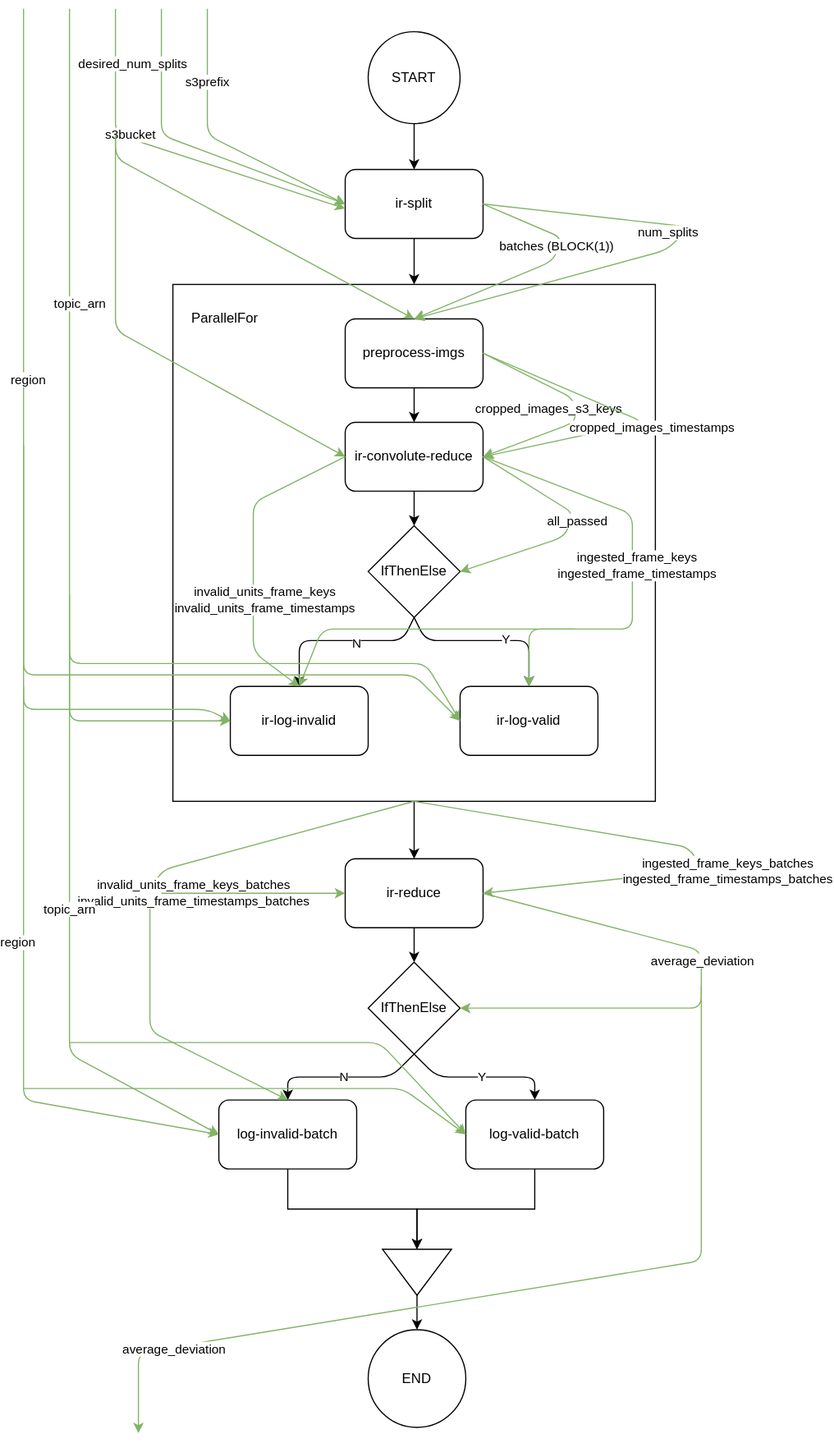
Before: diagrams/workflow.svg, a diagram exported from draw.io (gipfelen/Image-Convolution). Source tidied: cells renumbered, new cells last; positions are measured from the earlier drawing's top-left corner, leaving out a move shared by most shapes.
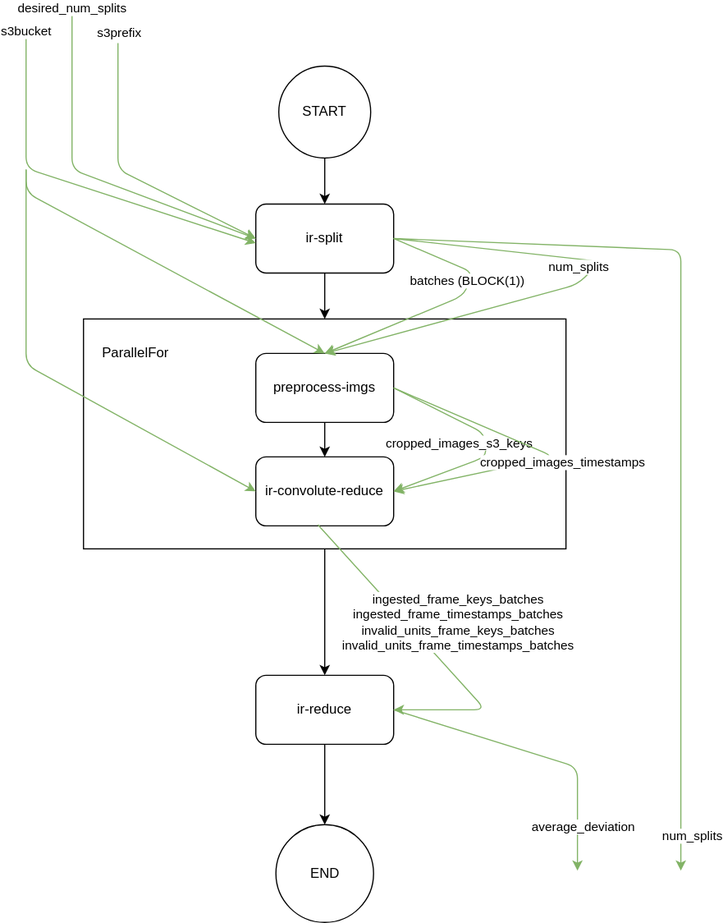
The same diagram one commit later.

Diff of the diagram source:
```diff
@@ -2,11 +2,8 @@
   <root>
     <mxCell id="0" />
     <mxCell id="1" parent="0" />
-    <mxCell id="2" style="edgeStyle=orthogonalEdgeStyle;rounded=0;jettySize=auto;html=1;exitX=0.5;exitY=1;exitDx=0;exitDy=0;entryX=0.5;entryY=0;entryDx=0;entryDy=0;" parent="1" edge="1" source="3" target="10">
-      <mxGeometry relative="1" as="geometry" />
-    </mxCell>
     <mxCell id="3" style="rounded=0;whiteSpace=wrap;html=1;" parent="1" vertex="1">
-      <mxGeometry x="130" y="240" width="420" height="450" as="geometry" />
+      <mxGeometry x="130" y="240" width="420" height="200" as="geometry" />
     </mxCell>
     <mxCell id="4" style="edgeStyle=orthogonalEdgeStyle;rounded=0;jettySize=auto;html=1;exitX=0.5;exitY=1;exitDx=0;exitDy=0;" parent="1" edge="1" source="5" target="19">
       <mxGeometry relative="1" as="geometry" />
@@ -20,46 +17,15 @@
     <mxCell id="7" value="preprocess-imgs" style="rounded=1;whiteSpace=wrap;html=1;" parent="1" vertex="1">
       <mxGeometry x="280" y="270" width="120" height="60" as="geometry" />
     </mxCell>
-    <mxCell id="8" value="ir-log-invalid" style="rounded=1;whiteSpace=wrap;html=1;" parent="1" vertex="1">
-      <mxGeometry x="180" y="590" width="120" height="60" as="geometry" />
-    </mxCell>
-    <mxCell id="9" style="edgeStyle=orthogonalEdgeStyle;rounded=0;jettySize=auto;html=1;exitX=0.5;exitY=1;exitDx=0;exitDy=0;" parent="1" edge="1" source="10" target="23">
+    <mxCell id="9" style="edgeStyle=orthogonalEdgeStyle;rounded=0;jettySize=auto;html=1;exitX=0.5;exitY=1;exitDx=0;exitDy=0;entryX=0.5;entryY=0;entryDx=0;entryDy=0;" parent="1" edge="1" source="10" target="11">
       <mxGeometry relative="1" as="geometry" />
     </mxCell>
     <mxCell id="10" value="ir-reduce" style="rounded=1;whiteSpace=wrap;html=1;" parent="1" vertex="1">
-      <mxGeometry x="280" y="740" width="120" height="60" as="geometry" />
+      <mxGeometry x="280" y="550" width="120" height="60" as="geometry" />
     </mxCell>
     <mxCell id="11" value="END" style="ellipse;whiteSpace=wrap;html=1;" parent="1" vertex="1">
-      <mxGeometry x="300" y="1150" width="85" height="85" as="geometry" />
+      <mxGeometry x="297.5" y="680" width="85" height="85" as="geometry" />
     </mxCell>
-    <mxCell id="12" value="IfThenElse" style="rhombus;whiteSpace=wrap;html=1;" parent="1" vertex="1">
-      <mxGeometry x="300" y="450" width="80" height="80" as="geometry" />
-    </mxCell>
-    <mxCell id="13" value="ir-log-valid" style="rounded=1;whiteSpace=wrap;html=1;" parent="1" vertex="1">
-      <mxGeometry x="380" y="590" width="120" height="60" as="geometry" />
-    </mxCell>
-    <mxCell id="14" style="endArrow=classic;html=1;exitX=0.5;exitY=1;exitDx=0;exitDy=0;entryX=0.5;entryY=0;entryDx=0;entryDy=0;fillColor=#d5e8d4;" parent="1" edge="1" source="12" target="8">
-      <mxGeometry relative="1" as="geometry">
-        <Array as="points">
-          <mxPoint x="330" y="550" />
-          <mxPoint x="240" y="550" />
-        </Array>
-      </mxGeometry>
-    </mxCell>
-    <mxCell id="15" value="N" style="edgeLabel;html=1;align=center;verticalAlign=middle;" parent="14" vertex="1">
-      <mxGeometry x="-0.17" y="2" relative="1" as="geometry" />
-    </mxCell>
-    <mxCell id="16" style="endArrow=classic;html=1;exitX=0.5;exitY=1;exitDx=0;exitDy=0;entryX=0.5;entryY=0;entryDx=0;entryDy=0;fillColor=#d5e8d4;" parent="1" edge="1" source="12" target="13">
-      <mxGeometry relative="1" as="geometry">
-        <Array as="points">
-          <mxPoint x="350" y="550" />
-          <mxPoint x="440" y="550" />
-        </Array>
-      </mxGeometry>
-    </mxCell>
-    <mxCell id="17" value="Y" style="edgeLabel;html=1;align=center;verticalAlign=middle;" parent="16" vertex="1">
-      <mxGeometry x="0.21" y="2" relative="1" as="geometry" />
-    </mxCell>
     <mxCell id="18" style="edgeStyle=orthogonalEdgeStyle;rounded=0;jettySize=auto;html=1;exitX=0.5;exitY=1;exitDx=0;exitDy=0;entryX=0.5;entryY=0;entryDx=0;entryDy=0;" parent="1" edge="1" source="19" target="3">
       <mxGeometry relative="1" as="geometry" />
     </mxCell>
@@ -69,49 +35,17 @@
     <mxCell id="20" value="ParallelFor" style="text;html=1;align=center;verticalAlign=middle;" parent="1" vertex="1">
       <mxGeometry x="140" y="260" width="70" height="20" as="geometry" />
     </mxCell>
-    <mxCell id="21" style="edgeStyle=orthogonalEdgeStyle;rounded=0;jettySize=auto;html=1;exitX=0.5;exitY=1;exitDx=0;exitDy=0;entryX=0.5;entryY=0;entryDx=0;entryDy=0;" parent="1" edge="1" source="22" target="12">
-      <mxGeometry relative="1" as="geometry" />
-    </mxCell>
+    <mxCell id="71" style="edgeStyle=orthogonalEdgeStyle;rounded=0;jettySize=auto;html=1;" parent="1" edge="1" target="10">
+      <mxGeometry relative="1" as="geometry">
+        <mxPoint x="340" y="440" as="sourcePoint" />
+      </mxGeometry>
+    </mxCell>
     <mxCell id="22" value="ir-convolute-reduce" style="rounded=1;whiteSpace=wrap;html=1;" parent="1" vertex="1">
       <mxGeometry x="280" y="360" width="120" height="60" as="geometry" />
     </mxCell>
-    <mxCell id="23" value="IfThenElse" style="rhombus;whiteSpace=wrap;html=1;" parent="1" vertex="1">
-      <mxGeometry x="300" y="830" width="80" height="80" as="geometry" />
-    </mxCell>
-    <mxCell id="24" style="edgeStyle=orthogonalEdgeStyle;rounded=0;jettySize=auto;html=1;exitX=0.5;exitY=1;exitDx=0;exitDy=0;" parent="1" edge="1" source="25" target="70">
-      <mxGeometry relative="1" as="geometry" />
-    </mxCell>
-    <mxCell id="25" value="log-valid-batch" style="rounded=1;whiteSpace=wrap;html=1;" parent="1" vertex="1">
-      <mxGeometry x="385" y="950" width="120" height="60" as="geometry" />
-    </mxCell>
-    <mxCell id="26" style="edgeStyle=orthogonalEdgeStyle;rounded=0;jettySize=auto;html=1;exitX=0.5;exitY=1;exitDx=0;exitDy=0;entryX=0;entryY=0.5;entryDx=0;entryDy=0;" parent="1" edge="1" source="27" target="70">
-      <mxGeometry relative="1" as="geometry" />
-    </mxCell>
-    <mxCell id="27" value="log-invalid-batch" style="rounded=1;whiteSpace=wrap;html=1;" parent="1" vertex="1">
-      <mxGeometry x="170" y="950" width="120" height="60" as="geometry" />
-    </mxCell>
-    <mxCell id="28" value="N" style="endArrow=classic;html=1;exitX=0.5;exitY=1;exitDx=0;exitDy=0;entryX=0.5;entryY=0;entryDx=0;entryDy=0;" parent="1" edge="1" source="23" target="27">
-      <mxGeometry relative="1" as="geometry">
-        <Array as="points">
-          <mxPoint x="320" y="930" />
-          <mxPoint x="230" y="930" />
-        </Array>
-      </mxGeometry>
-    </mxCell>
-    <mxCell id="29" value="Y" style="endArrow=classic;html=1;exitX=0.5;exitY=1;exitDx=0;exitDy=0;entryX=0.5;entryY=0;entryDx=0;entryDy=0;" parent="1" edge="1" source="23" target="25">
-      <mxGeometry relative="1" as="geometry">
-        <Array as="points">
-          <mxPoint x="360" y="930" />
-          <mxPoint x="445" y="930" />
-        </Array>
-      </mxGeometry>
-    </mxCell>
-    <mxCell id="30" style="edgeStyle=orthogonalEdgeStyle;rounded=0;jettySize=auto;html=1;exitX=1;exitY=0.5;exitDx=0;exitDy=0;entryX=0.5;entryY=0;entryDx=0;entryDy=0;" parent="1" edge="1" source="70" target="11">
-      <mxGeometry relative="1" as="geometry" />
-    </mxCell>
     <mxCell id="31" value="s3bucket" style="endArrow=classic;html=1;entryX=0;entryY=0.5;entryDx=0;entryDy=0;fillColor=#d5e8d4;strokeColor=#82b366;" parent="1" edge="1">
-      <mxGeometry x="-0.23" y="3" relative="1" as="geometry">
-        <mxPoint x="80" as="sourcePoint" />
+      <mxGeometry x="-1" relative="1" as="geometry">
+        <mxPoint x="80" y="-10" as="sourcePoint" />
         <mxPoint x="280" y="174" as="targetPoint" />
         <Array as="points">
           <mxPoint x="80" y="109" />
@@ -119,8 +53,8 @@
       </mxGeometry>
     </mxCell>
     <mxCell id="32" value="desired_num_splits" style="endArrow=classic;html=1;entryX=0;entryY=0.5;entryDx=0;entryDy=0;fillColor=#d5e8d4;strokeColor=#82b366;" parent="1" edge="1" target="19">
-      <mxGeometry x="-0.66" y="-25" relative="1" as="geometry">
-        <mxPoint x="120" as="sourcePoint" />
+      <mxGeometry x="-1" relative="1" as="geometry">
+        <mxPoint x="120" y="-30" as="sourcePoint" />
         <Array as="points">
           <mxPoint x="120" y="110" />
         </Array>
@@ -135,7 +69,9 @@
       </mxGeometry>
     </mxCell>
     <mxCell id="34" value="s3prefix" style="edgeLabel;html=1;align=center;verticalAlign=middle;" parent="33" vertex="1">
-      <mxGeometry x="-0.48" y="-1" relative="1" as="geometry" />
+      <mxGeometry x="-0.48" y="-1" relative="1" as="geometry">
+        <mxPoint x="1" y="-73" as="offset" />
+      </mxGeometry>
     </mxCell>
     <mxCell id="35" style="endArrow=classic;html=1;exitX=1;exitY=0.5;exitDx=0;exitDy=0;entryX=0.5;entryY=0;entryDx=0;entryDy=0;fillColor=#d5e8d4;strokeColor=#82b366;" parent="1" edge="1" source="19" target="7">
       <mxGeometry relative="1" as="geometry">
@@ -204,190 +140,44 @@
         <mxPoint x="64" y="27" as="offset" />
       </mxGeometry>
     </mxCell>
-    <mxCell id="45" style="endArrow=classic;html=1;exitX=1;exitY=0.5;exitDx=0;exitDy=0;fillColor=#d5e8d4;strokeColor=#82b366;entryX=1;entryY=0.5;entryDx=0;entryDy=0;" parent="1" edge="1" source="22" target="12">
-      <mxGeometry relative="1" as="geometry">
-        <Array as="points">
-          <mxPoint x="480" y="440" />
-          <mxPoint x="470" y="460" />
-        </Array>
-      </mxGeometry>
-    </mxCell>
-    <mxCell id="46" value="all_passed" style="edgeLabel;html=1;align=center;verticalAlign=middle;" parent="45" vertex="1">
-      <mxGeometry x="-0.39" y="-2" relative="1" as="geometry">
-        <mxPoint x="27" y="19" as="offset" />
-      </mxGeometry>
-    </mxCell>
-    <mxCell id="47" value="topic_arn" style="endArrow=classic;html=1;fillColor=#d5e8d4;strokeColor=#82b366;entryX=0;entryY=0.5;entryDx=0;entryDy=0;" parent="1" edge="1" target="8">
-      <mxGeometry x="-0.32" y="9" relative="1" as="geometry">
-        <mxPoint x="40" as="sourcePoint" />
-        <Array as="points">
-          <mxPoint x="40" y="540" />
-          <mxPoint x="40" y="620" />
-        </Array>
-      </mxGeometry>
-    </mxCell>
-    <mxCell id="48" value="region" style="endArrow=classic;html=1;fillColor=#d5e8d4;strokeColor=#82b366;entryX=0;entryY=0.5;entryDx=0;entryDy=0;" parent="1" edge="1" target="13">
-      <mxGeometry x="-0.34" y="4" relative="1" as="geometry">
-        <mxPoint as="sourcePoint" />
-        <Array as="points">
-          <mxPoint y="380" />
-          <mxPoint y="580" />
-          <mxPoint x="340" y="580" />
-        </Array>
-      </mxGeometry>
-    </mxCell>
-    <mxCell id="49" style="endArrow=classic;html=1;exitX=1;exitY=0.5;exitDx=0;exitDy=0;fillColor=#d5e8d4;strokeColor=#82b366;entryX=0.5;entryY=0;entryDx=0;entryDy=0;" parent="1" edge="1" source="22" target="8">
-      <mxGeometry relative="1" as="geometry">
-        <Array as="points">
-          <mxPoint x="530" y="440" />
-          <mxPoint x="530" y="540" />
-          <mxPoint x="260" y="540" />
-        </Array>
-      </mxGeometry>
-    </mxCell>
-    <mxCell id="50" value="ingested_frame_keys&lt;br&gt;ingested_frame_timestamps" style="edgeLabel;html=1;align=center;verticalAlign=middle;" parent="49" vertex="1">
-      <mxGeometry x="-0.39" y="-2" relative="1" as="geometry">
-        <mxPoint x="5.9" y="11.2" as="offset" />
-      </mxGeometry>
-    </mxCell>
-    <mxCell id="51" style="endArrow=classic;html=1;exitX=0;exitY=0.5;exitDx=0;exitDy=0;fillColor=#d5e8d4;strokeColor=#82b366;entryX=0.5;entryY=0;entryDx=0;entryDy=0;" parent="1" edge="1" source="22" target="8">
-      <mxGeometry relative="1" as="geometry">
-        <Array as="points">
-          <mxPoint x="200" y="430" />
-          <mxPoint x="200" y="560" />
-        </Array>
-      </mxGeometry>
-    </mxCell>
-    <mxCell id="52" value="invalid_units_frame_keys&lt;br&gt;invalid_units_frame_timestamps" style="edgeLabel;html=1;align=center;verticalAlign=middle;" parent="51" vertex="1">
-      <mxGeometry x="-0.39" y="-2" relative="1" as="geometry">
-        <mxPoint x="5" y="89" as="offset" />
-      </mxGeometry>
-    </mxCell>
-    <mxCell id="53" style="endArrow=classic;html=1;exitX=1;exitY=0.5;exitDx=0;exitDy=0;entryX=1;entryY=0.5;entryDx=0;entryDy=0;fillColor=#d5e8d4;strokeColor=#82b366;" parent="1" edge="1" source="10" target="23">
+    <mxCell id="53" style="endArrow=classic;html=1;exitX=1;exitY=0.5;exitDx=0;exitDy=0;fillColor=#d5e8d4;strokeColor=#82b366;" parent="1" edge="1" source="10">
       <mxGeometry relative="1" as="geometry">
+        <mxPoint x="560" y="720" as="targetPoint" />
         <Array as="points">
-          <mxPoint x="590" y="820" />
-          <mxPoint x="590" y="870" />
+          <mxPoint x="560" y="630" />
         </Array>
       </mxGeometry>
     </mxCell>
     <mxCell id="54" value="average_deviation" style="edgeLabel;html=1;align=center;verticalAlign=middle;" parent="53" vertex="1">
       <mxGeometry x="-0.12" relative="1" as="geometry">
-        <mxPoint y="3" as="offset" />
+        <mxPoint x="56" y="67" as="offset" />
       </mxGeometry>
     </mxCell>
-    <mxCell id="55" style="endArrow=classic;html=1;exitX=0.5;exitY=1;exitDx=0;exitDy=0;fillColor=#d5e8d4;strokeColor=#82b366;" parent="1" edge="1" source="3">
-      <mxGeometry relative="1" as="geometry">
-        <mxPoint x="230" y="950" as="targetPoint" />
-        <Array as="points">
-          <mxPoint x="120" y="750" />
-          <mxPoint x="110" y="770" />
-          <mxPoint x="110" y="890" />
-        </Array>
-      </mxGeometry>
-    </mxCell>
-    <mxCell id="56" value="invalid_units_frame_keys_batches&lt;br&gt;invalid_units_frame_timestamps_batches" style="edgeLabel;html=1;align=center;verticalAlign=middle;" parent="55" vertex="1">
-      <mxGeometry x="-0.01" y="1" relative="1" as="geometry">
-        <mxPoint x="36" as="offset" />
-      </mxGeometry>
-    </mxCell>
-    <mxCell id="57" style="endArrow=classic;html=1;entryX=0;entryY=0.5;entryDx=0;entryDy=0;fillColor=#d5e8d4;strokeColor=#82b366;" parent="1" edge="1" target="27">
-      <mxGeometry relative="1" as="geometry">
-        <mxPoint y="380" as="sourcePoint" />
-        <Array as="points">
-          <mxPoint y="950" />
-        </Array>
-      </mxGeometry>
-    </mxCell>
-    <mxCell id="58" value="region" style="edgeLabel;html=1;align=center;verticalAlign=middle;" parent="57" vertex="1">
-      <mxGeometry x="0.68" y="1" relative="1" as="geometry">
-        <mxPoint x="-59.5" y="-146.5" as="offset" />
-      </mxGeometry>
-    </mxCell>
-    <mxCell id="59" value="topic_arn" style="endArrow=classic;html=1;entryX=0;entryY=0.5;entryDx=0;entryDy=0;fillColor=#d5e8d4;strokeColor=#82b366;" parent="1" edge="1" target="27">
-      <mxGeometry relative="1" as="geometry">
-        <mxPoint x="40" y="510" as="sourcePoint" />
-        <Array as="points">
-          <mxPoint x="40" y="910" />
-        </Array>
-      </mxGeometry>
-    </mxCell>
-    <mxCell id="60" style="endArrow=classic;html=1;entryX=0;entryY=0.5;entryDx=0;entryDy=0;fillColor=#d5e8d4;strokeColor=#82b366;" parent="1" edge="1" target="25">
-      <mxGeometry relative="1" as="geometry">
-        <mxPoint y="940" as="sourcePoint" />
-        <Array as="points">
-          <mxPoint x="330" y="940" />
-        </Array>
-      </mxGeometry>
-    </mxCell>
-    <mxCell id="61" style="endArrow=classic;html=1;entryX=0;entryY=0.5;entryDx=0;entryDy=0;fillColor=#d5e8d4;strokeColor=#82b366;" parent="1" edge="1" target="25">
-      <mxGeometry relative="1" as="geometry">
-        <mxPoint x="40" y="900" as="sourcePoint" />
-        <Array as="points">
-          <mxPoint x="310" y="900" />
-        </Array>
-      </mxGeometry>
-    </mxCell>
-    <mxCell id="62" style="endArrow=classic;html=1;fillColor=#d5e8d4;strokeColor=#82b366;" parent="1" edge="1">
-      <mxGeometry relative="1" as="geometry">
-        <mxPoint x="590" y="850" as="sourcePoint" />
-        <mxPoint x="100" y="1240" as="targetPoint" />
-        <Array as="points">
-          <mxPoint x="590" y="1090" />
-          <mxPoint x="100" y="1170" />
-        </Array>
-      </mxGeometry>
-    </mxCell>
-    <mxCell id="63" value="average_deviation" style="edgeLabel;html=1;align=center;verticalAlign=middle;" parent="62" vertex="1">
-      <mxGeometry x="0.75" y="1" relative="1" as="geometry" />
-    </mxCell>
-    <mxCell id="64" style="endArrow=classic;html=1;fillColor=#d5e8d4;strokeColor=#82b366;" parent="1" edge="1">
-      <mxGeometry relative="1" as="geometry">
-        <mxPoint x="120" y="770" as="sourcePoint" />
-        <mxPoint x="280" y="770" as="targetPoint" />
-      </mxGeometry>
-    </mxCell>
-    <mxCell id="65" style="endArrow=classic;html=1;exitX=0.5;exitY=1;exitDx=0;exitDy=0;entryX=1;entryY=0.5;entryDx=0;entryDy=0;fillColor=#d5e8d4;strokeColor=#82b366;" parent="1" edge="1" source="3" target="10">
+    <mxCell id="65" style="endArrow=classic;html=1;exitX=0.45;exitY=0.983;exitDx=0;exitDy=0;entryX=1;entryY=0.5;entryDx=0;entryDy=0;fillColor=#d5e8d4;strokeColor=#82b366;exitPerimeter=0;" parent="1" edge="1" source="22" target="10">
       <mxGeometry relative="1" as="geometry">
         <Array as="points">
-          <mxPoint x="580" y="730" />
-          <mxPoint x="590" y="750" />
+          <mxPoint x="480" y="580" />
         </Array>
       </mxGeometry>
     </mxCell>
-    <mxCell id="66" value="ingested_frame_keys_batches&lt;br&gt;ingested_frame_timestamps_batches" style="edgeLabel;html=1;align=center;verticalAlign=middle;" parent="65" vertex="1">
+    <mxCell id="66" value="ingested_frame_keys_batches&lt;br&gt;ingested_frame_timestamps_batches&lt;br&gt;invalid_units_frame_keys_batches&lt;br&gt;invalid_units_frame_timestamps_batches" style="edgeLabel;html=1;align=center;verticalAlign=middle;" parent="65" vertex="1">
       <mxGeometry x="0.1" relative="1" as="geometry">
-        <mxPoint x="29" y="13" as="offset" />
+        <mxPoint x="11" y="-37" as="offset" />
       </mxGeometry>
     </mxCell>
-    <mxCell id="67" style="endArrow=classic;html=1;entryX=0.5;entryY=0;entryDx=0;entryDy=0;fillColor=#d5e8d4;strokeColor=#82b366;" parent="1" edge="1" target="13">
-      <mxGeometry relative="1" as="geometry">
-        <mxPoint x="480" y="540" as="sourcePoint" />
-        <Array as="points">
-          <mxPoint x="440" y="540" />
-        </Array>
-      </mxGeometry>
-    </mxCell>
-    <mxCell id="68" style="endArrow=classic;html=1;entryX=0;entryY=0.5;entryDx=0;entryDy=0;fillColor=#d5e8d4;strokeColor=#82b366;" parent="1" edge="1" target="13">
-      <mxGeometry relative="1" as="geometry">
-        <mxPoint x="40" y="550" as="sourcePoint" />
-        <Array as="points">
-          <mxPoint x="40" y="570" />
-          <mxPoint x="350" y="570" />
-        </Array>
-      </mxGeometry>
-    </mxCell>
-    <mxCell id="69" style="endArrow=classic;html=1;entryX=0;entryY=0.5;entryDx=0;entryDy=0;fillColor=#d5e8d4;strokeColor=#82b366;" parent="1" edge="1" target="8">
-      <mxGeometry relative="1" as="geometry">
-        <mxPoint y="590" as="sourcePoint" />
-        <Array as="points">
-          <mxPoint y="610" />
-          <mxPoint x="160" y="610" />
-        </Array>
-      </mxGeometry>
-    </mxCell>
-    <mxCell id="70" style="triangle;whiteSpace=wrap;html=1;rotation=90;" parent="1" vertex="1">
-      <mxGeometry x="322.5" y="1070" width="40" height="60" as="geometry" />
-    </mxCell>
+    <mxCell id="72" style="endArrow=classic;html=1;fillColor=#d5e8d4;strokeColor=#82b366;" parent="1" edge="1">
+      <mxGeometry relative="1" as="geometry">
+        <mxPoint x="400" y="170" as="sourcePoint" />
+        <mxPoint x="650" y="720" as="targetPoint" />
+        <Array as="points">
+          <mxPoint x="650" y="180" />
+        </Array>
+      </mxGeometry>
+    </mxCell>
+    <mxCell id="73" value="num_splits&lt;br&gt;" style="edgeLabel;html=1;align=center;verticalAlign=middle;" parent="72" vertex="1">
+      <mxGeometry x="-0.39" y="-2" relative="1" as="geometry">
+        <mxPoint x="18" y="508" as="offset" />
+      </mxGeometry>
+    </mxCell>
   </root>
 </mxGraphModel>
```
